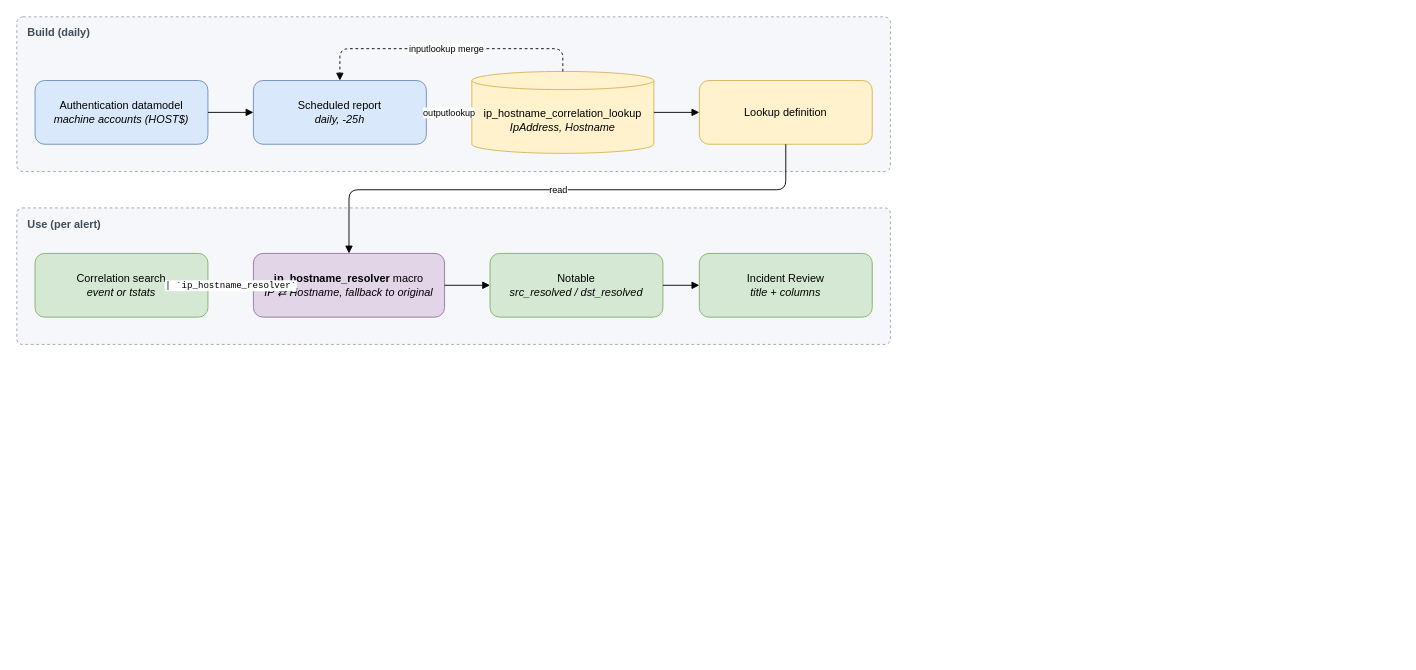
The draw.io diagram docs/ip_hostname_resolver.drawio in Rondleso/ip-hostname-resolver, before the edit. Source tidied: cells renumbered, new cells numbered last; positions are measured from the earlier drawing's top-left corner, leaving out a move shared by most shapes. Both pictures are drawn from the tidied source at 91%, with x=0, y=0 at pixel (16, 16).
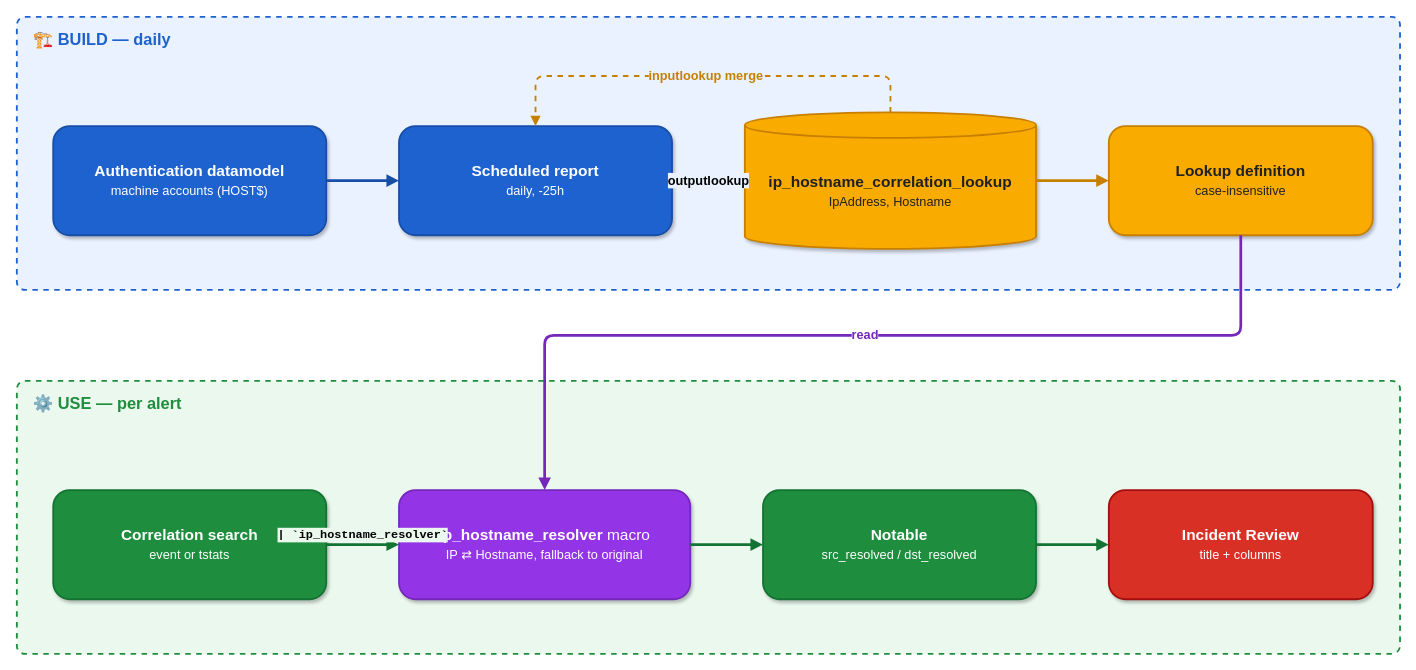
Above is the later version.

Commit message:
Enlarge architecture diagram and add color coding

Claude-Session: https://claude.ai/code/session_011QSjpEWrE2Cxif8C16zqdF

Diff of the diagram source:
```diff
@@
-<mxGraphModel>
+<mxGraphModel background="#FFFFFF">
@@
-    <mxCell id="2" value="Build (daily)" style="rounded=1;whiteSpace=wrap;html=1;fillColor=#f5f7fa;strokeColor=#9aa5b1;dashed=1;verticalAlign=top;align=left;spacingLeft=10;spacingTop=4;fontStyle=1;fontColor=#3e4c59;arcSize=4;" parent="1" vertex="1">
-      <mxGeometry width="960" height="170" as="geometry" />
+    <mxCell id="2" value="🏗️ BUILD — daily" style="rounded=1;whiteSpace=wrap;html=1;fillColor=#EAF2FF;strokeColor=#1E62D0;strokeWidth=2;dashed=1;verticalAlign=top;align=left;spacingLeft=16;spacingTop=8;fontStyle=1;fontSize=18;fontColor=#1E62D0;arcSize=3;" parent="1" vertex="1">
+      <mxGeometry width="1520" height="300" as="geometry" />
     </mxCell>
-    <mxCell id="3" value="Use (per alert)" style="rounded=1;whiteSpace=wrap;html=1;fillColor=#f5f7fa;strokeColor=#9aa5b1;dashed=1;verticalAlign=top;align=left;spacingLeft=10;spacingTop=4;fontStyle=1;fontColor=#3e4c59;arcSize=4;" parent="1" vertex="1">
-      <mxGeometry y="210" width="960" height="150" as="geometry" />
+    <mxCell id="3" value="⚙️ USE — per alert" style="rounded=1;whiteSpace=wrap;html=1;fillColor=#EAF8EE;strokeColor=#1E8E3E;strokeWidth=2;dashed=1;verticalAlign=top;align=left;spacingLeft=16;spacingTop=8;fontStyle=1;fontSize=18;fontColor=#1E8E3E;arcSize=3;" parent="1" vertex="1">
+      <mxGeometry y="400" width="1520" height="300" as="geometry" />
     </mxCell>
-    <mxCell id="4" value="Authentication datamodel&lt;br&gt;&lt;i&gt;machine accounts (HOST$)&lt;/i&gt;" style="rounded=1;whiteSpace=wrap;html=1;fillColor=#dae8fc;strokeColor=#6c8ebf;" parent="1" vertex="1">
-      <mxGeometry x="20" y="70" width="190" height="70" as="geometry" />
+    <mxCell id="4" value="&lt;b&gt;Authentication datamodel&lt;/b&gt;&lt;br&gt;&lt;span style=&quot;font-size:14px&quot;&gt;machine accounts (HOST$)&lt;/span&gt;" style="rounded=1;whiteSpace=wrap;html=1;fillColor=#1E62D0;strokeColor=#174EA6;strokeWidth=2;fontColor=#FFFFFF;fontSize=17;shadow=1;" parent="1" vertex="1">
+      <mxGeometry x="40" y="120" width="300" height="120" as="geometry" />
     </mxCell>
-    <mxCell id="5" value="Scheduled report&lt;br&gt;&lt;i&gt;daily, -25h&lt;/i&gt;" style="rounded=1;whiteSpace=wrap;html=1;fillColor=#dae8fc;strokeColor=#6c8ebf;" parent="1" vertex="1">
-      <mxGeometry x="260" y="70" width="190" height="70" as="geometry" />
+    <mxCell id="5" value="&lt;b&gt;Scheduled report&lt;/b&gt;&lt;br&gt;&lt;span style=&quot;font-size:14px&quot;&gt;daily, -25h&lt;/span&gt;" style="rounded=1;whiteSpace=wrap;html=1;fillColor=#1E62D0;strokeColor=#174EA6;strokeWidth=2;fontColor=#FFFFFF;fontSize=17;shadow=1;" parent="1" vertex="1">
+      <mxGeometry x="420" y="120" width="300" height="120" as="geometry" />
     </mxCell>
-    <mxCell id="6" value="ip_hostname_correlation_lookup&lt;br&gt;&lt;i&gt;IpAddress, Hostname&lt;/i&gt;" style="shape=cylinder3;whiteSpace=wrap;html=1;boundedLbl=1;backgroundOutline=1;size=10;fillColor=#fff2cc;strokeColor=#d6b656;" parent="1" vertex="1">
-      <mxGeometry x="500" y="60" width="200" height="90" as="geometry" />
+    <mxCell id="6" value="&lt;b&gt;ip_hostname_correlation_lookup&lt;/b&gt;&lt;br&gt;&lt;span style=&quot;font-size:14px&quot;&gt;IpAddress, Hostname&lt;/span&gt;" style="shape=cylinder3;whiteSpace=wrap;html=1;boundedLbl=1;backgroundOutline=1;size=14;fillColor=#F9AB00;strokeColor=#C77F00;strokeWidth=2;fontColor=#202124;fontSize=17;shadow=1;" parent="1" vertex="1">
+      <mxGeometry x="800" y="105" width="320" height="150" as="geometry" />
     </mxCell>
-    <mxCell id="7" value="Lookup definition" style="rounded=1;whiteSpace=wrap;html=1;fillColor=#fff2cc;strokeColor=#d6b656;" parent="1" vertex="1">
-      <mxGeometry x="750" y="70" width="190" height="70" as="geometry" />
+    <mxCell id="7" value="&lt;b&gt;Lookup definition&lt;/b&gt;&lt;br&gt;&lt;span style=&quot;font-size:14px&quot;&gt;case-insensitive&lt;/span&gt;" style="rounded=1;whiteSpace=wrap;html=1;fillColor=#F9AB00;strokeColor=#C77F00;strokeWidth=2;fontColor=#202124;fontSize=17;shadow=1;" parent="1" vertex="1">
+      <mxGeometry x="1200" y="120" width="290" height="120" as="geometry" />
     </mxCell>
-    <mxCell id="8" value="Correlation search&lt;br&gt;&lt;i&gt;event or tstats&lt;/i&gt;" style="rounded=1;whiteSpace=wrap;html=1;fillColor=#d5e8d4;strokeColor=#82b366;" parent="1" vertex="1">
-      <mxGeometry x="20" y="260" width="190" height="70" as="geometry" />
+    <mxCell id="8" value="&lt;b&gt;Correlation search&lt;/b&gt;&lt;br&gt;&lt;span style=&quot;font-size:14px&quot;&gt;event or tstats&lt;/span&gt;" style="rounded=1;whiteSpace=wrap;html=1;fillColor=#1E8E3E;strokeColor=#137333;strokeWidth=2;fontColor=#FFFFFF;fontSize=17;shadow=1;" parent="1" vertex="1">
+      <mxGeometry x="40" y="520" width="300" height="120" as="geometry" />
     </mxCell>
-    <mxCell id="9" value="&lt;b&gt;ip_hostname_resolver&lt;/b&gt; macro&lt;br&gt;&lt;i&gt;IP ⇄ Hostname, fallback to original&lt;/i&gt;" style="rounded=1;whiteSpace=wrap;html=1;fillColor=#e1d5e7;strokeColor=#9673a6;" parent="1" vertex="1">
-      <mxGeometry x="260" y="260" width="210" height="70" as="geometry" />
+    <mxCell id="9" value="&lt;b&gt;ip_hostname_resolver&lt;/b&gt; macro&lt;br&gt;&lt;span style=&quot;font-size:14px&quot;&gt;IP ⇄ Hostname, fallback to original&lt;/span&gt;" style="rounded=1;whiteSpace=wrap;html=1;fillColor=#9334E6;strokeColor=#7627BB;strokeWidth=2;fontColor=#FFFFFF;fontSize=17;shadow=1;" parent="1" vertex="1">
+      <mxGeometry x="420" y="520" width="320" height="120" as="geometry" />
     </mxCell>
-    <mxCell id="10" value="Notable&lt;br&gt;&lt;i&gt;src_resolved / dst_resolved&lt;/i&gt;" style="rounded=1;whiteSpace=wrap;html=1;fillColor=#d5e8d4;strokeColor=#82b366;" parent="1" vertex="1">
-      <mxGeometry x="520" y="260" width="190" height="70" as="geometry" />
+    <mxCell id="10" value="&lt;b&gt;Notable&lt;/b&gt;&lt;br&gt;&lt;span style=&quot;font-size:14px&quot;&gt;src_resolved / dst_resolved&lt;/span&gt;" style="rounded=1;whiteSpace=wrap;html=1;fillColor=#1E8E3E;strokeColor=#137333;strokeWidth=2;fontColor=#FFFFFF;fontSize=17;shadow=1;" parent="1" vertex="1">
+      <mxGeometry x="820" y="520" width="300" height="120" as="geometry" />
     </mxCell>
-    <mxCell id="11" value="Incident Review&lt;br&gt;&lt;i&gt;title + columns&lt;/i&gt;" style="rounded=1;whiteSpace=wrap;html=1;fillColor=#d5e8d4;strokeColor=#82b366;" parent="1" vertex="1">
-      <mxGeometry x="750" y="260" width="190" height="70" as="geometry" />
+    <mxCell id="11" value="&lt;b&gt;Incident Review&lt;/b&gt;&lt;br&gt;&lt;span style=&quot;font-size:14px&quot;&gt;title + columns&lt;/span&gt;" style="rounded=1;whiteSpace=wrap;html=1;fillColor=#D93025;strokeColor=#A50E0E;strokeWidth=2;fontColor=#FFFFFF;fontSize=17;shadow=1;" parent="1" vertex="1">
+      <mxGeometry x="1200" y="520" width="290" height="120" as="geometry" />
     </mxCell>
-    <mxCell id="12" style="edgeStyle=orthogonalEdgeStyle;rounded=0;html=1;endArrow=block;" parent="1" edge="1" source="4" target="5">
+    <mxCell id="12" style="edgeStyle=orthogonalEdgeStyle;rounded=0;html=1;endArrow=block;endFill=1;strokeWidth=3;strokeColor=#174EA6;" parent="1" edge="1" source="4" target="5">
       <mxGeometry relative="1" as="geometry" />
     </mxCell>
-    <mxCell id="13" value="outputlookup" style="edgeStyle=orthogonalEdgeStyle;rounded=0;html=1;endArrow=block;fontSize=10;" parent="1" edge="1" source="5" target="6">
+    <mxCell id="13" value="outputlookup" style="edgeStyle=orthogonalEdgeStyle;rounded=0;html=1;endArrow=block;endFill=1;strokeWidth=3;strokeColor=#174EA6;fontSize=14;fontStyle=1;labelBackgroundColor=#EAF2FF;" parent="1" edge="1" source="5" target="6">
       <mxGeometry relative="1" as="geometry" />
     </mxCell>
-    <mxCell id="14" value="inputlookup merge" style="edgeStyle=orthogonalEdgeStyle;rounded=1;html=1;endArrow=block;dashed=1;fontSize=10;exitX=0.5;exitY=0;exitDx=0;exitDy=0;entryX=0.5;entryY=0;entryDx=0;entryDy=0;" parent="1" edge="1" source="6" target="5">
+    <mxCell id="14" value="inputlookup merge" style="edgeStyle=orthogonalEdgeStyle;rounded=1;html=1;endArrow=block;endFill=1;dashed=1;strokeWidth=2;strokeColor=#C77F00;fontSize=14;fontStyle=1;fontColor=#C77F00;labelBackgroundColor=#EAF2FF;exitX=0.5;exitY=0;exitDx=0;exitDy=0;entryX=0.5;entryY=0;entryDx=0;entryDy=0;" parent="1" edge="1" source="6" target="5">
       <mxGeometry relative="1" as="geometry">
         <Array as="points">
-          <mxPoint x="600" y="35" />
-          <mxPoint x="355" y="35" />
+          <mxPoint x="960" y="65" />
+          <mxPoint x="570" y="65" />
         </Array>
       </mxGeometry>
     </mxCell>
-    <mxCell id="15" style="edgeStyle=orthogonalEdgeStyle;rounded=0;html=1;endArrow=block;" parent="1" edge="1" source="6" target="7">
+    <mxCell id="15" style="edgeStyle=orthogonalEdgeStyle;rounded=0;html=1;endArrow=block;endFill=1;strokeWidth=3;strokeColor=#C77F00;" parent="1" edge="1" source="6" target="7">
       <mxGeometry relative="1" as="geometry" />
     </mxCell>
-    <mxCell id="16" value="read" style="edgeStyle=orthogonalEdgeStyle;rounded=1;html=1;endArrow=block;fontSize=10;exitX=0.5;exitY=1;exitDx=0;exitDy=0;entryX=0.5;entryY=0;entryDx=0;entryDy=0;" parent="1" edge="1" source="7" target="9">
+    <mxCell id="16" value="read" style="edgeStyle=orthogonalEdgeStyle;rounded=1;html=1;endArrow=block;endFill=1;strokeWidth=3;strokeColor=#7627BB;fontSize=14;fontStyle=1;fontColor=#7627BB;labelBackgroundColor=#FFFFFF;exitX=0.5;exitY=1;exitDx=0;exitDy=0;entryX=0.5;entryY=0;entryDx=0;entryDy=0;" parent="1" edge="1" source="7" target="9">
       <mxGeometry relative="1" as="geometry">
         <Array as="points">
-          <mxPoint x="845" y="190" />
-          <mxPoint x="365" y="190" />
+          <mxPoint x="1345" y="350" />
+          <mxPoint x="580" y="350" />
         </Array>
       </mxGeometry>
     </mxCell>
-    <mxCell id="17" value="| `ip_hostname_resolver`" style="edgeStyle=orthogonalEdgeStyle;rounded=0;html=1;endArrow=block;fontSize=10;fontFamily=Courier New;" parent="1" edge="1" source="8" target="9">
+    <mxCell id="17" value="| `ip_hostname_resolver`" style="edgeStyle=orthogonalEdgeStyle;rounded=0;html=1;endArrow=block;endFill=1;strokeWidth=3;strokeColor=#137333;fontSize=13;fontFamily=Courier New;fontStyle=1;labelBackgroundColor=#EAF8EE;verticalAlign=bottom;" parent="1" edge="1" source="8" target="9">
       <mxGeometry relative="1" as="geometry" />
     </mxCell>
-    <mxCell id="18" style="edgeStyle=orthogonalEdgeStyle;rounded=0;html=1;endArrow=block;" parent="1" edge="1" source="9" target="10">
+    <mxCell id="18" style="edgeStyle=orthogonalEdgeStyle;rounded=0;html=1;endArrow=block;endFill=1;strokeWidth=3;strokeColor=#137333;" parent="1" edge="1" source="9" target="10">
       <mxGeometry relative="1" as="geometry" />
     </mxCell>
-    <mxCell id="19" style="edgeStyle=orthogonalEdgeStyle;rounded=0;html=1;endArrow=block;" parent="1" edge="1" source="10" target="11">
+    <mxCell id="19" style="edgeStyle=orthogonalEdgeStyle;rounded=0;html=1;endArrow=block;endFill=1;strokeWidth=3;strokeColor=#137333;" parent="1" edge="1" source="10" target="11">
       <mxGeometry relative="1" as="geometry" />
     </mxCell>
```
